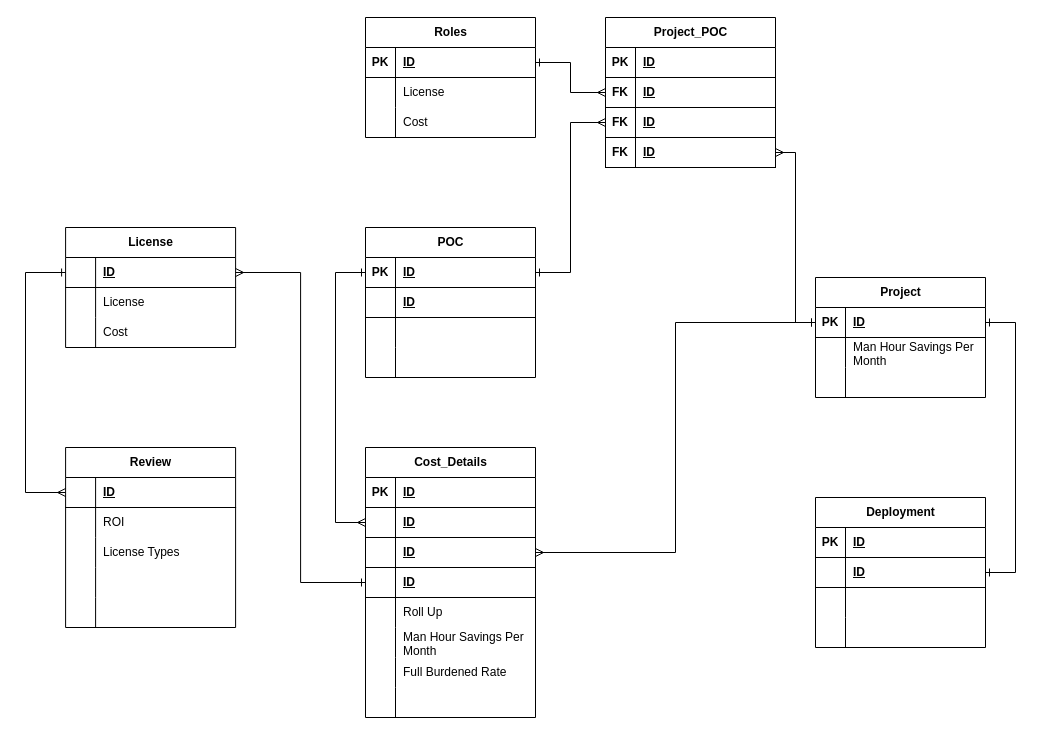
Above: page "Option-3" (3 of 4) of erd-projint-01.drawio in josjreyes/ProjectIntake (draw.io), before the change. Source tidied: cells renumbered, new cells numbered last; positions are measured from the earlier drawing's top-left corner, leaving out a move shared by most shapes. Both pictures are drawn from the tidied source at 100%, with x=0, y=0 at pixel (25, 17).
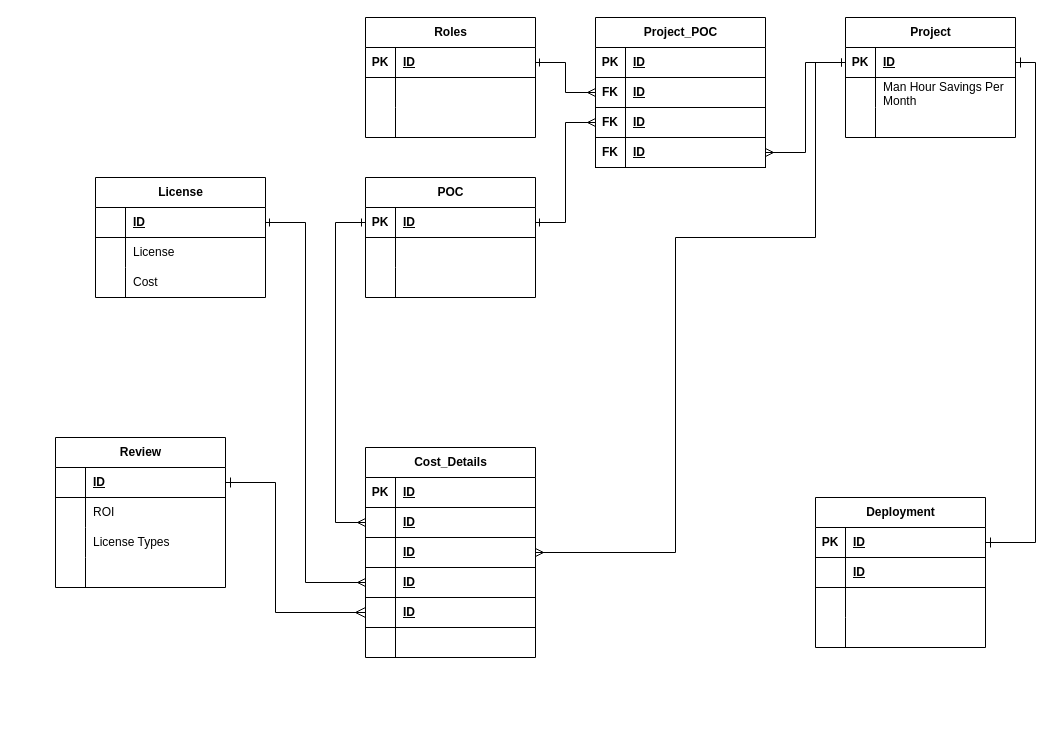
The same diagram, later.

The change refers to these unchanged cells:
```xml
<mxCell id="3" style="shape=tableRow;horizontal=0;startSize=0;swimlaneHead=0;swimlaneBody=0;fillColor=none;points=[[0,0.5],[1,0.5]];portConstraint=eastwest;top=0;left=0;right=0;bottom=1;" parent="2" vertex="1">
  <mxGeometry y="30" width="170" height="30" as="geometry" />
</mxCell>
<mxCell id="13" style="shape=tableRow;horizontal=0;startSize=0;swimlaneHead=0;swimlaneBody=0;fillColor=none;points=[[0,0.5],[1,0.5]];portConstraint=eastwest;top=0;left=0;right=0;bottom=1;" parent="12" vertex="1">
  <mxGeometry y="30" width="170" height="30" as="geometry" />
</mxCell>
<mxCell id="26" style="shape=tableRow;horizontal=0;startSize=0;swimlaneHead=0;swimlaneBody=0;fillColor=none;points=[[0,0.5],[1,0.5]];portConstraint=eastwest;top=0;left=0;right=0;bottom=1;" parent="22" vertex="1">
  <mxGeometry y="60" width="170" height="30" as="geometry" />
</mxCell>
<mxCell id="29" style="shape=tableRow;horizontal=0;startSize=0;swimlaneHead=0;swimlaneBody=0;fillColor=none;points=[[0,0.5],[1,0.5]];portConstraint=eastwest;top=0;left=0;right=0;bottom=1;" parent="22" vertex="1">
  <mxGeometry y="90" width="170" height="30" as="geometry" />
</mxCell>
<mxCell id="32" style="shape=tableRow;horizontal=0;startSize=0;swimlaneHead=0;swimlaneBody=0;fillColor=none;points=[[0,0.5],[1,0.5]];portConstraint=eastwest;top=0;left=0;right=0;bottom=1;" parent="22" vertex="1">
  <mxGeometry y="120" width="170" height="30" as="geometry" />
</mxCell>
<mxCell id="48" style="shape=tableRow;horizontal=0;startSize=0;swimlaneHead=0;swimlaneBody=0;fillColor=none;points=[[0,0.5],[1,0.5]];portConstraint=eastwest;top=0;left=0;right=0;bottom=1;" parent="47" vertex="1">
  <mxGeometry y="30" width="170" height="30" as="geometry" />
</mxCell>
<mxCell id="62" style="shape=tableRow;horizontal=0;startSize=0;swimlaneHead=0;swimlaneBody=0;fillColor=none;points=[[0,0.5],[1,0.5]];portConstraint=eastwest;top=0;left=0;right=0;bottom=1;" parent="61" vertex="1">
  <mxGeometry y="30" width="170" height="30" as="geometry" />
</mxCell>
<mxCell id="65" style="shape=tableRow;horizontal=0;startSize=0;swimlaneHead=0;swimlaneBody=0;fillColor=none;points=[[0,0.5],[1,0.5]];portConstraint=eastwest;top=0;left=0;right=0;bottom=1;" parent="61" vertex="1">
  <mxGeometry y="60" width="170" height="30" as="geometry" />
</mxCell>
<mxCell id="77" style="shape=tableRow;horizontal=0;startSize=0;swimlaneHead=0;swimlaneBody=0;fillColor=none;points=[[0,0.5],[1,0.5]];portConstraint=eastwest;top=0;left=0;right=0;bottom=1;" parent="76" vertex="1">
  <mxGeometry y="30" width="170" height="30" as="geometry" />
</mxCell>
<mxCell id="98" style="shape=tableRow;horizontal=0;startSize=0;swimlaneHead=0;swimlaneBody=0;fillColor=none;top=0;left=0;right=0;bottom=0;" parent="94" vertex="1">
  <mxGeometry y="60" width="170" height="30" as="geometry" />
</mxCell>
<mxCell id="101" style="shape=tableRow;horizontal=0;startSize=0;swimlaneHead=0;swimlaneBody=0;fillColor=none;top=0;left=0;right=0;bottom=0;" parent="94" vertex="1">
  <mxGeometry y="90" width="170" height="30" as="geometry" />
</mxCell>
```

Change to the diagram source:
```diff
@@
     <mxCell id="2" value="Project" style="shape=table;startSize=30;childLayout=tableLayout;rowLines=0;fontStyle=1;align=center;html=1;" parent="1" vertex="1">
-      <mxGeometry x="790" y="260" width="170" height="120" as="geometry" />
+      <mxGeometry x="820" width="170" height="120" as="geometry" />
     </mxCell>
@@
     <mxCell id="12" value="License" style="shape=table;startSize=30;childLayout=tableLayout;rowLines=0;fontStyle=1;align=center;html=1;" parent="1" vertex="1">
-      <mxGeometry x="40.1" y="210" width="170" height="120" as="geometry" />
+      <mxGeometry x="70" y="160" width="170" height="120" as="geometry" />
     </mxCell>
@@
     <mxCell id="22" value="Cost_Details" style="shape=table;startSize=30;childLayout=tableLayout;rowLines=0;fontStyle=1;align=center;html=1;" parent="1" vertex="1">
-      <mxGeometry x="340" y="430" width="170" height="270" as="geometry" />
+      <mxGeometry x="340" y="430" width="170" height="210" as="geometry" />
     </mxCell>
@@
-    <mxCell id="35" style="shape=tableRow;horizontal=0;startSize=0;swimlaneHead=0;swimlaneBody=0;fillColor=none;top=0;left=0;right=0;bottom=0;" parent="22" vertex="1">
-      <mxGeometry y="150" width="170" height="30" as="geometry" />
-    </mxCell>
-    <mxCell id="36" style="shape=partialRectangle;fillColor=none;top=0;left=0;bottom=0;right=0;overflow=hidden;whiteSpace=wrap;html=1;" parent="35" vertex="1">
-      <mxGeometry width="30" height="30" as="geometry" />
-    </mxCell>
-    <mxCell id="37" value="Roll Up" style="shape=partialRectangle;fillColor=none;top=0;left=0;bottom=0;right=0;align=left;spacingLeft=6;overflow=hidden;whiteSpace=wrap;html=1;" parent="35" vertex="1">
-      <mxGeometry x="30" width="140" height="30" as="geometry" />
-    </mxCell>
-    <mxCell id="38" style="shape=tableRow;horizontal=0;startSize=0;swimlaneHead=0;swimlaneBody=0;fillColor=none;top=0;left=0;right=0;bottom=0;" parent="22" vertex="1">
-      <mxGeometry y="180" width="170" height="30" as="geometry" />
-    </mxCell>
-    <mxCell id="39" style="shape=partialRectangle;fillColor=none;top=0;left=0;bottom=0;right=0;overflow=hidden;whiteSpace=wrap;html=1;" parent="38" vertex="1">
-      <mxGeometry width="30" height="30" as="geometry" />
-    </mxCell>
-    <mxCell id="40" value="Man Hour Savings Per Month" style="shape=partialRectangle;fillColor=none;top=0;left=0;bottom=0;right=0;align=left;spacingLeft=6;overflow=hidden;whiteSpace=wrap;html=1;" parent="38" vertex="1">
-      <mxGeometry x="30" width="140" height="30" as="geometry" />
-    </mxCell>
-    <mxCell id="41" style="shape=tableRow;horizontal=0;startSize=0;swimlaneHead=0;swimlaneBody=0;fillColor=none;top=0;left=0;right=0;bottom=0;" parent="22" vertex="1">
-      <mxGeometry y="210" width="170" height="30" as="geometry" />
-    </mxCell>
-    <mxCell id="42" style="shape=partialRectangle;fillColor=none;top=0;left=0;bottom=0;right=0;overflow=hidden;whiteSpace=wrap;html=1;" parent="41" vertex="1">
-      <mxGeometry width="30" height="30" as="geometry" />
-    </mxCell>
-    <mxCell id="43" value="Full Burdened Rate" style="shape=partialRectangle;fillColor=none;top=0;left=0;bottom=0;right=0;align=left;spacingLeft=6;overflow=hidden;whiteSpace=wrap;html=1;" parent="41" vertex="1">
-      <mxGeometry x="30" width="140" height="30" as="geometry" />
-    </mxCell>
+    <mxCell id="120" style="shape=tableRow;horizontal=0;startSize=0;swimlaneHead=0;swimlaneBody=0;fillColor=none;points=[[0,0.5],[1,0.5]];portConstraint=eastwest;top=0;left=0;right=0;bottom=1;" parent="22" vertex="1">
+      <mxGeometry y="150" width="170" height="30" as="geometry" />
+    </mxCell>
+    <mxCell id="52" style="shape=partialRectangle;fillColor=none;top=0;left=0;bottom=0;right=0;fontStyle=1;overflow=hidden;whiteSpace=wrap;html=1;" parent="120" vertex="1">
+      <mxGeometry width="30" height="30" as="geometry" />
+    </mxCell>
+    <mxCell id="53" value="ID" style="shape=partialRectangle;fillColor=none;top=0;left=0;bottom=0;right=0;align=left;spacingLeft=6;fontStyle=5;overflow=hidden;whiteSpace=wrap;html=1;" parent="120" vertex="1">
+      <mxGeometry x="30" width="140" height="30" as="geometry" />
+    </mxCell>
     <mxCell id="44" style="shape=tableRow;horizontal=0;startSize=0;swimlaneHead=0;swimlaneBody=0;fillColor=none;top=0;left=0;right=0;bottom=0;" parent="22" vertex="1">
-      <mxGeometry y="240" width="170" height="30" as="geometry" />
+      <mxGeometry y="180" width="170" height="30" as="geometry" />
     </mxCell>
@@
     <mxCell id="47" value="POC" style="shape=table;startSize=30;childLayout=tableLayout;rowLines=0;fontStyle=1;align=center;html=1;" parent="1" vertex="1">
-      <mxGeometry x="340" y="210" width="170" height="150" as="geometry" />
+      <mxGeometry x="340" y="160" width="170" height="120" as="geometry" />
     </mxCell>
@@
-    <mxCell id="51" style="shape=tableRow;horizontal=0;startSize=0;swimlaneHead=0;swimlaneBody=0;fillColor=none;top=0;left=0;right=0;bottom=1;" parent="47" vertex="1">
-      <mxGeometry y="60" width="170" height="30" as="geometry" />
-    </mxCell>
-    <mxCell id="52" style="shape=partialRectangle;fillColor=none;top=0;left=0;bottom=0;right=0;fontStyle=1;overflow=hidden;whiteSpace=wrap;html=1;" parent="51" vertex="1">
-      <mxGeometry width="30" height="30" as="geometry" />
-    </mxCell>
-    <mxCell id="53" value="ID" style="shape=partialRectangle;fillColor=none;top=0;left=0;bottom=0;right=0;align=left;spacingLeft=6;fontStyle=5;overflow=hidden;whiteSpace=wrap;html=1;" parent="51" vertex="1">
-      <mxGeometry x="30" width="140" height="30" as="geometry" />
-    </mxCell>
     <mxCell id="54" style="shape=tableRow;horizontal=0;startSize=0;swimlaneHead=0;swimlaneBody=0;fillColor=none;top=0;left=0;right=0;bottom=0;" parent="47" vertex="1">
-      <mxGeometry y="90" width="170" height="30" as="geometry" />
+      <mxGeometry y="60" width="170" height="30" as="geometry" />
     </mxCell>
@@
     <mxCell id="57" style="shape=tableRow;horizontal=0;startSize=0;swimlaneHead=0;swimlaneBody=0;fillColor=none;top=0;left=0;right=0;bottom=0;" parent="47" vertex="1">
-      <mxGeometry y="120" width="170" height="30" as="geometry" />
+      <mxGeometry y="90" width="170" height="30" as="geometry" />
     </mxCell>
@@
-    <mxCell id="60" style="edgeStyle=entityRelationEdgeStyle;fontSize=12;html=1;endArrow=ERone;startArrow=ERone;rounded=0;entryX=1;entryY=0.5;entryDx=0;entryDy=0;startFill=0;endFill=0;exitX=1;exitY=0.5;exitDx=0;exitDy=0;" parent="1" edge="1" source="65" target="3">
-      <mxGeometry relative="1" as="geometry">
-        <Array as="points">
-          <mxPoint x="879.9" y="1035" />
-          <mxPoint x="630" y="530" />
-          <mxPoint x="869.9" y="1035" />
-        </Array>
-      </mxGeometry>
-    </mxCell>
@@
     <mxCell id="74" style="edgeStyle=orthogonalEdgeStyle;rounded=0;jettySize=auto;html=1;exitX=1;exitY=0.5;exitDx=0;exitDy=0;entryX=0;entryY=0.5;entryDx=0;entryDy=0;endArrow=ERone;endFill=0;startArrow=ERmany;startFill=0;" parent="1" edge="1" source="29" target="3">
-      <mxGeometry relative="1" as="geometry" />
+      <mxGeometry relative="1" as="geometry">
+        <Array as="points">
+          <mxPoint x="650" y="535" />
+          <mxPoint x="650" y="220" />
+          <mxPoint x="790" y="220" />
+        </Array>
+      </mxGeometry>
     </mxCell>
     <mxCell id="75" style="edgeStyle=orthogonalEdgeStyle;rounded=0;jettySize=auto;html=1;endArrow=ERone;endFill=0;startArrow=ERmany;startFill=0;exitX=0;exitY=0.5;exitDx=0;exitDy=0;entryX=0;entryY=0.5;entryDx=0;entryDy=0;" parent="1" edge="1" source="26" target="48">
       <mxGeometry relative="1" as="geometry">
         <Array as="points">
           <mxPoint x="310" y="505" />
-          <mxPoint x="310" y="255" />
+          <mxPoint x="310" y="205" />
         </Array>
       </mxGeometry>
     </mxCell>
     <mxCell id="76" value="Review" style="shape=table;startSize=30;childLayout=tableLayout;rowLines=0;fontStyle=1;align=center;html=1;" parent="1" vertex="1">
-      <mxGeometry x="40.1" y="430" width="170" height="180" as="geometry" />
+      <mxGeometry x="30" y="420" width="170" height="150" as="geometry" />
     </mxCell>
@@
-    <mxCell id="86" style="shape=tableRow;horizontal=0;startSize=0;swimlaneHead=0;swimlaneBody=0;fillColor=none;top=0;left=0;right=0;bottom=0;" parent="76" vertex="1">
-      <mxGeometry y="120" width="170" height="30" as="geometry" />
-    </mxCell>
-    <mxCell id="87" style="shape=partialRectangle;fillColor=none;top=0;left=0;bottom=0;right=0;overflow=hidden;whiteSpace=wrap;html=1;" parent="86" vertex="1">
-      <mxGeometry width="30" height="30" as="geometry" />
-    </mxCell>
-    <mxCell id="88" style="shape=partialRectangle;fillColor=none;top=0;left=0;bottom=0;right=0;align=left;spacingLeft=6;overflow=hidden;whiteSpace=wrap;html=1;" parent="86" vertex="1">
-      <mxGeometry x="30" width="140" height="30" as="geometry" />
-    </mxCell>
     <mxCell id="89" style="shape=tableRow;horizontal=0;startSize=0;swimlaneHead=0;swimlaneBody=0;fillColor=none;top=0;left=0;right=0;bottom=0;" parent="76" vertex="1">
-      <mxGeometry y="150" width="170" height="30" as="geometry" />
+      <mxGeometry y="120" width="170" height="30" as="geometry" />
     </mxCell>
@@
-    <mxCell id="92" style="edgeStyle=orthogonalEdgeStyle;rounded=0;jettySize=auto;html=1;entryX=0;entryY=0.5;entryDx=0;entryDy=0;startArrow=ERone;startFill=0;endArrow=ERmany;endFill=0;" parent="1" edge="1" source="13" target="77">
-      <mxGeometry relative="1" as="geometry">
-        <Array as="points">
-          <mxPoint y="255" />
-          <mxPoint y="475" />
-        </Array>
-      </mxGeometry>
-    </mxCell>
-    <mxCell id="93" style="edgeStyle=orthogonalEdgeStyle;rounded=0;jettySize=auto;html=1;entryX=0;entryY=0.5;entryDx=0;entryDy=0;endArrow=ERone;endFill=0;startArrow=ERmany;startFill=0;" parent="1" edge="1" source="13" target="32">
-      <mxGeometry relative="1" as="geometry" />
-    </mxCell>
@@
-    <mxCell id="100" value="License" style="shape=partialRectangle;fillColor=none;top=0;left=0;bottom=0;right=0;align=left;spacingLeft=6;overflow=hidden;whiteSpace=wrap;html=1;" parent="98" vertex="1">
+    <mxCell id="100" style="shape=partialRectangle;fillColor=none;top=0;left=0;bottom=0;right=0;align=left;spacingLeft=6;overflow=hidden;whiteSpace=wrap;html=1;" parent="98" vertex="1">
       <mxGeometry x="30" width="140" height="30" as="geometry" />
     </mxCell>
@@
-    <mxCell id="103" value="Cost" style="shape=partialRectangle;fillColor=none;top=0;left=0;bottom=0;right=0;align=left;spacingLeft=6;overflow=hidden;whiteSpace=wrap;html=1;" parent="101" vertex="1">
+    <mxCell id="103" style="shape=partialRectangle;fillColor=none;top=0;left=0;bottom=0;right=0;align=left;spacingLeft=6;overflow=hidden;whiteSpace=wrap;html=1;" parent="101" vertex="1">
       <mxGeometry x="30" width="140" height="30" as="geometry" />
     </mxCell>
     <mxCell id="104" value="Project_POC" style="shape=table;startSize=30;childLayout=tableLayout;rowLines=0;fontStyle=1;align=center;html=1;" parent="1" vertex="1">
-      <mxGeometry x="580" width="170" height="150" as="geometry" />
+      <mxGeometry x="570" width="170" height="150" as="geometry" />
     </mxCell>
@@
+    <mxCell id="121" style="edgeStyle=orthogonalEdgeStyle;rounded=0;jettySize=auto;html=1;entryX=0;entryY=0.5;entryDx=0;entryDy=0;fontSize=12;startSize=8;endSize=8;exitX=1;exitY=0.5;exitDx=0;exitDy=0;startArrow=ERone;startFill=0;endArrow=ERmany;endFill=0;" parent="1" edge="1" source="77" target="120">
+      <mxGeometry relative="1" as="geometry">
+        <Array as="points">
+          <mxPoint x="250" y="465" />
+          <mxPoint x="250" y="595" />
+        </Array>
+      </mxGeometry>
+    </mxCell>
+    <mxCell id="93" style="edgeStyle=orthogonalEdgeStyle;rounded=0;jettySize=auto;html=1;endArrow=ERone;endFill=0;startArrow=ERmany;startFill=0;exitX=0;exitY=0.5;exitDx=0;exitDy=0;" parent="1" edge="1" source="32" target="13">
+      <mxGeometry relative="1" as="geometry">
+        <Array as="points">
+          <mxPoint x="280" y="565" />
+          <mxPoint x="280" y="205" />
+        </Array>
+      </mxGeometry>
+    </mxCell>
+    <mxCell id="122" style="edgeStyle=orthogonalEdgeStyle;rounded=0;jettySize=auto;html=1;fontSize=12;startSize=8;endSize=8;entryX=1;entryY=0.5;entryDx=0;entryDy=0;exitX=1;exitY=0.5;exitDx=0;exitDy=0;startArrow=ERone;startFill=0;endArrow=ERone;endFill=0;" parent="1" edge="1" source="3" target="62">
+      <mxGeometry relative="1" as="geometry" />
+    </mxCell>
```
